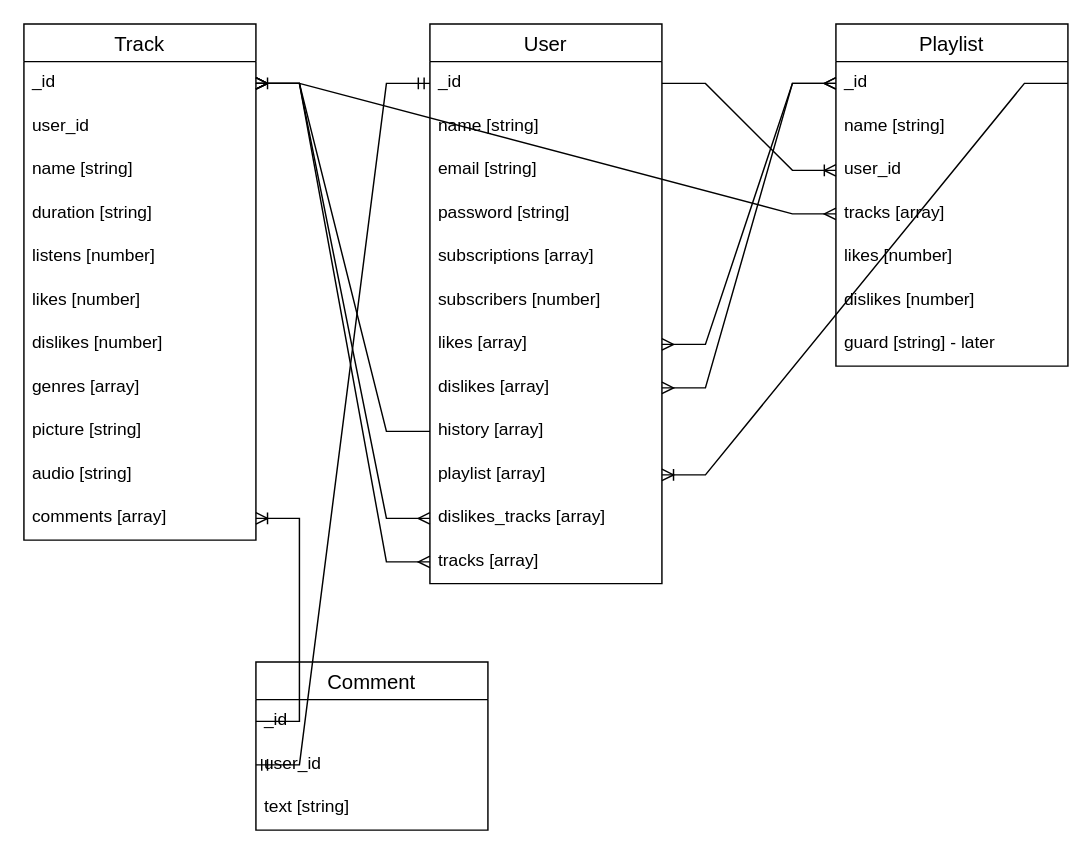
Earlier version of the draw.io diagram schemas/betify.drawio (tusvel/betify_backend). Source tidied: cells renumbered, new cells numbered last; positions are measured from the earlier drawing's top-left corner, leaving out a move shared by most shapes. Both pictures are drawn from the tidied source at 145%, with x=0, y=0 at pixel (23, 23).
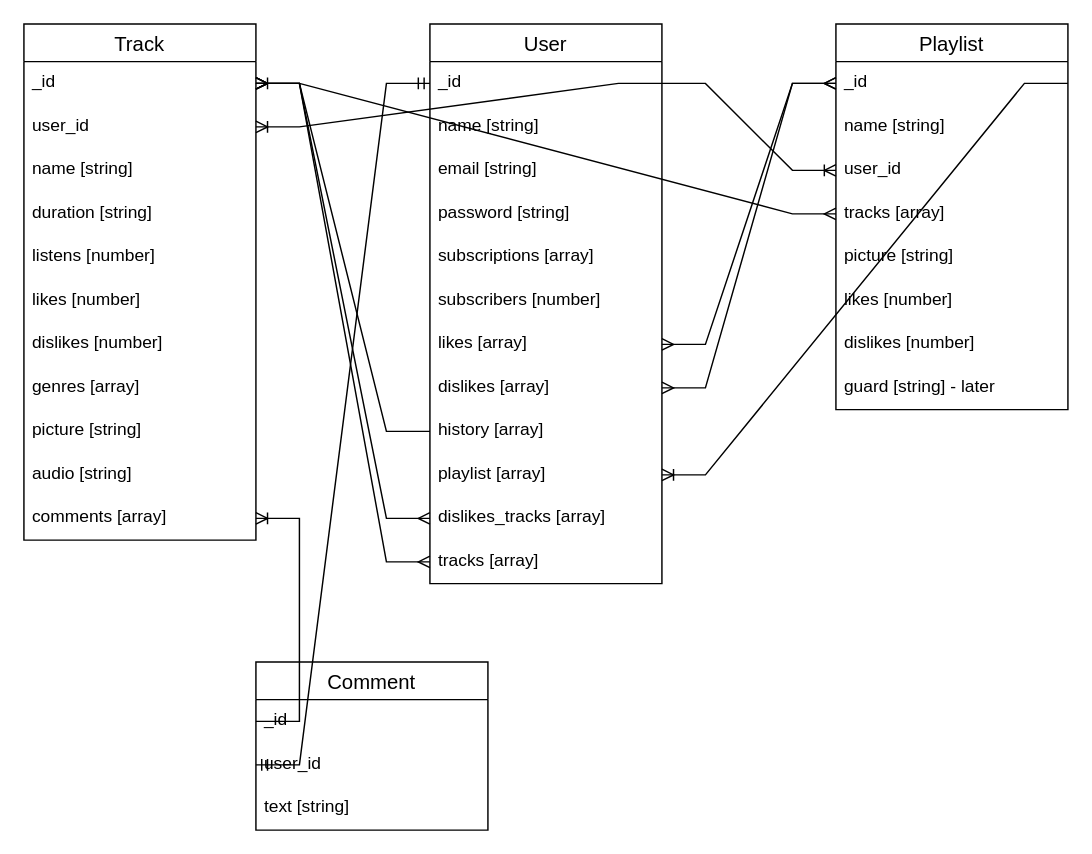
Above is the later version.

Unchanged cells that the change refers to:
```xml
<mxCell id="4" value="user_id" style="text;strokeColor=none;fillColor=none;spacingLeft=4;spacingRight=4;overflow=hidden;points=[[0,0.5],[1,0.5]];portConstraint=eastwest;fontSize=12;" parent="2" vertex="1">
  <mxGeometry y="56" width="160" height="30" as="geometry" />
</mxCell>
<mxCell id="19" value="_id" style="text;strokeColor=none;fillColor=none;spacingLeft=4;spacingRight=4;overflow=hidden;points=[[0,0.5],[1,0.5]];portConstraint=eastwest;fontSize=12;" parent="18" vertex="1">
  <mxGeometry y="26" width="160" height="30" as="geometry" />
</mxCell>
```

Diff of the diagram source:
```diff
@@
     <mxCell id="31" value="Playlist" style="swimlane;fontStyle=0;horizontal=1;startSize=26;align=center;fontSize=14;" parent="1" vertex="1">
-      <mxGeometry x="560" width="160" height="236" as="geometry" />
+      <mxGeometry x="560" width="160" height="266" as="geometry" />
     </mxCell>
@@
+    <mxCell id="49" value="picture [string]" style="text;strokeColor=none;fillColor=none;spacingLeft=4;spacingRight=4;overflow=hidden;fontSize=12;" parent="31" vertex="1">
+      <mxGeometry y="146" width="160" height="30" as="geometry" />
+    </mxCell>
     <mxCell id="36" value="likes [number]" style="text;strokeColor=none;fillColor=none;spacingLeft=4;spacingRight=4;overflow=hidden;fontSize=12;" parent="31" vertex="1">
-      <mxGeometry y="146" width="160" height="30" as="geometry" />
+      <mxGeometry y="176" width="160" height="30" as="geometry" />
     </mxCell>
     <mxCell id="37" value="dislikes [number]" style="text;strokeColor=none;fillColor=none;spacingLeft=4;spacingRight=4;overflow=hidden;fontSize=12;" parent="31" vertex="1">
-      <mxGeometry y="176" width="160" height="30" as="geometry" />
+      <mxGeometry y="206" width="160" height="30" as="geometry" />
     </mxCell>
     <mxCell id="38" value="guard [string] - later" style="text;strokeColor=none;fillColor=none;spacingLeft=4;spacingRight=4;overflow=hidden;fontSize=12;" parent="31" vertex="1">
-      <mxGeometry y="206" width="160" height="30" as="geometry" />
+      <mxGeometry y="236" width="160" height="30" as="geometry" />
     </mxCell>
@@
+    <mxCell id="50" style="edgeStyle=entityRelationEdgeStyle;fontSize=12;html=1;endArrow=ERoneToMany;rounded=0;exitX=1;exitY=0.5;exitDx=0;exitDy=0;entryX=1;entryY=0.5;entryDx=0;entryDy=0;" parent="1" edge="1" source="19" target="4">
+      <mxGeometry relative="1" as="geometry" />
+    </mxCell>
```
